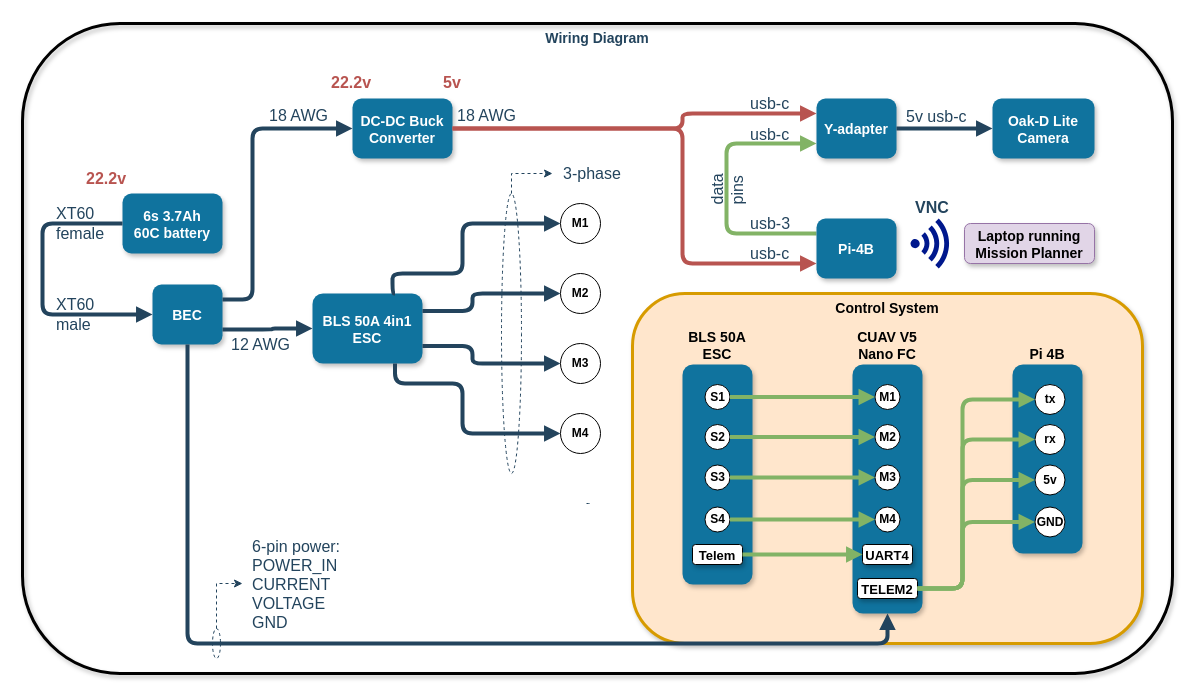
The draw.io diagram electrical-design/wiring-diagram.drawio in MichaelThamm/autonomous-drone, before the edit. Source tidied: cells renumbered, new cells numbered last; positions are measured from the earlier drawing's top-left corner, leaving out a move shared by most shapes. Both pictures are drawn from the tidied source at 100%, with x=0, y=0 at pixel (22, 17).
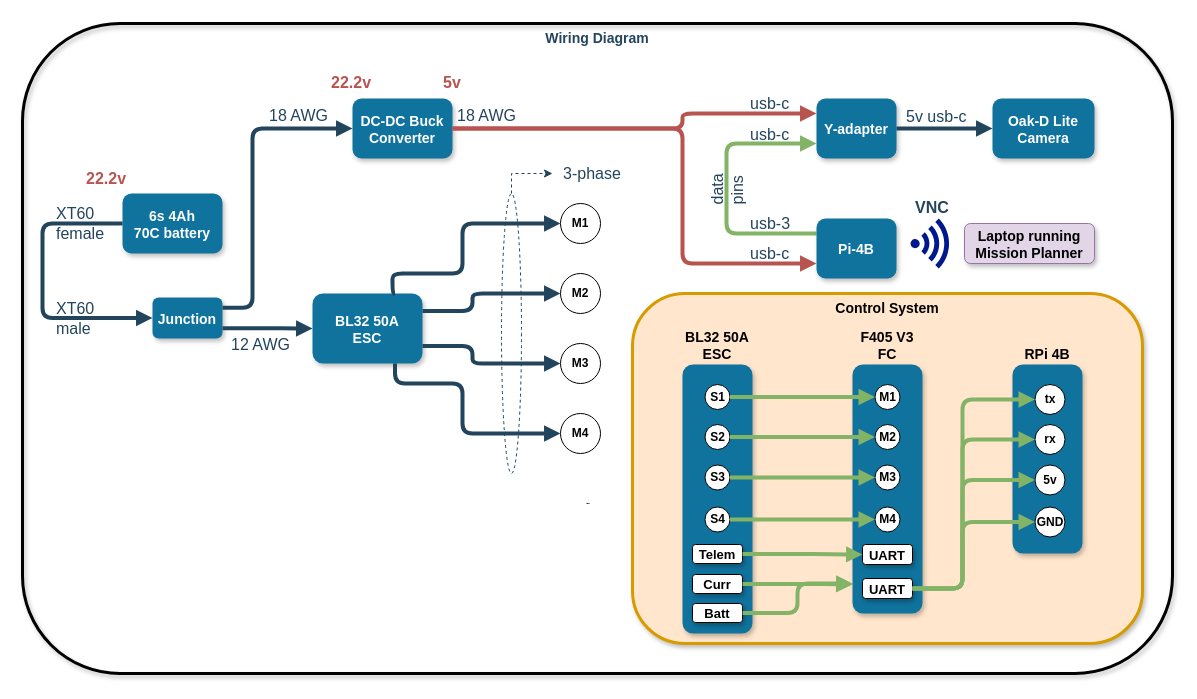
The same page after the edit.

The change refers to these unchanged cells:
```xml
<mxCell id="2" style="group;" parent="1" vertex="1">
  <mxGeometry x="610" y="276" width="510" height="350" as="geometry" />
</mxCell>
```

Diff of the diagram source:
```diff
@@
+    <mxCell id="31" value="Wiring Diagram" style="rounded=1;fillColor=none;strokeColor=default;shadow=1;gradientColor=none;fontStyle=1;fontColor=#23445D;fontSize=14;strokeWidth=3;verticalAlign=top;" parent="1" vertex="1">
+      <mxGeometry y="6" width="1150" height="650" as="geometry" />
+    </mxCell>
@@
-    <mxCell id="4" value="CUAV V5&#10;Nano FC" style="rounded=1;fillColor=#10739E;strokeColor=none;shadow=1;gradientColor=none;fontStyle=1;fontColor=#000000;fontSize=14;verticalAlign=bottom;labelPosition=center;verticalLabelPosition=top;align=center;" parent="2" vertex="1">
+    <mxCell id="4" value="F405 V3&#10;FC" style="rounded=1;fillColor=#10739E;strokeColor=none;shadow=1;gradientColor=none;fontStyle=1;fontColor=#000000;fontSize=14;verticalAlign=bottom;labelPosition=center;verticalLabelPosition=top;align=center;" parent="2" vertex="1">
       <mxGeometry x="220" y="71" width="70" height="249" as="geometry" />
     </mxCell>
@@
-    <mxCell id="9" value="UART4" style="rounded=1;shadow=1;fontStyle=1;fontSize=13;horizontal=1;" parent="2" vertex="1">
+    <mxCell id="9" value="UART" style="rounded=1;shadow=1;fontStyle=1;fontSize=13;horizontal=1;" parent="2" vertex="1">
       <mxGeometry x="230" y="251" width="50" height="20" as="geometry" />
     </mxCell>
-    <mxCell id="10" value="BLS 50A&#10;ESC" style="rounded=1;fillColor=#10739E;strokeColor=none;shadow=1;gradientColor=none;fontStyle=1;fontColor=#000000;fontSize=14;verticalAlign=bottom;labelPosition=center;verticalLabelPosition=top;align=center;" parent="2" vertex="1">
-      <mxGeometry x="50" y="71" width="70" height="220" as="geometry" />
+    <mxCell id="10" value="BL32 50A&#10;ESC" style="rounded=1;fillColor=#10739E;strokeColor=none;shadow=1;gradientColor=none;fontStyle=1;fontColor=#000000;fontSize=14;verticalAlign=bottom;labelPosition=center;verticalLabelPosition=top;align=center;" parent="2" vertex="1">
+      <mxGeometry x="50" y="71" width="70" height="269" as="geometry" />
     </mxCell>
@@
     <mxCell id="15" value="Telem" style="rounded=1;shadow=1;fontStyle=1;fontSize=13;horizontal=1;" parent="2" vertex="1">
-      <mxGeometry x="60" y="251" width="50" height="20" as="geometry" />
+      <mxGeometry x="60" y="251" width="50" height="19" as="geometry" />
     </mxCell>
@@
-    <mxCell id="20" value="Pi 4B" style="rounded=1;fillColor=#10739E;strokeColor=none;shadow=1;gradientColor=none;fontStyle=1;fontColor=#000000;fontSize=14;verticalAlign=bottom;labelPosition=center;verticalLabelPosition=top;align=center;" parent="2" vertex="1">
+    <mxCell id="20" value="RPi 4B" style="rounded=1;fillColor=#10739E;strokeColor=none;shadow=1;gradientColor=none;fontStyle=1;fontColor=#000000;fontSize=14;verticalAlign=bottom;labelPosition=center;verticalLabelPosition=top;align=center;" parent="2" vertex="1">
       <mxGeometry x="380" y="71" width="70" height="189" as="geometry" />
     </mxCell>
@@
-    <mxCell id="26" value="TELEM2" style="rounded=1;shadow=1;fontStyle=1;fontSize=13;horizontal=1;" parent="2" vertex="1">
-      <mxGeometry x="225" y="285" width="60" height="20" as="geometry" />
+    <mxCell id="26" value="UART" style="rounded=1;shadow=1;fontStyle=1;fontSize=13;horizontal=1;" parent="2" vertex="1">
+      <mxGeometry x="230" y="285" width="50" height="20" as="geometry" />
     </mxCell>
@@
-    <mxCell id="31" value="Wiring Diagram" style="rounded=1;fillColor=none;strokeColor=default;shadow=1;gradientColor=none;fontStyle=1;fontColor=#23445D;fontSize=14;strokeWidth=3;verticalAlign=top;" parent="1" vertex="1">
-      <mxGeometry y="6" width="1150" height="650" as="geometry" />
-    </mxCell>
+    <mxCell id="80" value="Curr" style="rounded=1;shadow=1;fontStyle=1;fontSize=13;horizontal=1;" parent="2" vertex="1">
+      <mxGeometry x="60" y="281" width="50" height="19" as="geometry" />
+    </mxCell>
+    <mxCell id="81" value="Batt" style="rounded=1;shadow=1;fontStyle=1;fontSize=13;horizontal=1;" parent="2" vertex="1">
+      <mxGeometry x="60" y="310" width="50" height="19" as="geometry" />
+    </mxCell>
+    <mxCell id="82" style="edgeStyle=elbowEdgeStyle;strokeWidth=4;endArrow=block;endFill=1;fontStyle=1;strokeColor=#82b366;fillColor=#d5e8d4;exitX=1;exitY=0.5;exitDx=0;exitDy=0;" parent="2" edge="1" source="80">
+      <mxGeometry x="-1378" y="-1054.5" as="geometry">
+        <mxPoint x="220" y="291" as="targetPoint" />
+        <Array as="points">
+          <mxPoint x="180" y="280" />
+        </Array>
+      </mxGeometry>
+    </mxCell>
+    <mxCell id="83" style="edgeStyle=elbowEdgeStyle;strokeWidth=4;endArrow=block;endFill=1;fontStyle=1;strokeColor=#82b366;fillColor=#d5e8d4;exitX=1;exitY=0.5;exitDx=0;exitDy=0;" parent="2" edge="1" source="81">
+      <mxGeometry x="-2068" y="-1484.5" as="geometry">
+        <mxPoint x="220" y="290" as="targetPoint" />
+      </mxGeometry>
+    </mxCell>
@@
-    <mxCell id="39" value="BEC" style="rounded=1;fillColor=#10739E;strokeColor=none;shadow=1;gradientColor=none;fontStyle=1;fontColor=#FFFFFF;fontSize=14;" parent="1" vertex="1">
-      <mxGeometry x="130" y="267" width="70" height="60" as="geometry" />
+    <mxCell id="39" value="Junction" style="rounded=1;fillColor=#10739E;strokeColor=none;shadow=1;gradientColor=none;fontStyle=1;fontColor=#FFFFFF;fontSize=14;" parent="1" vertex="1">
+      <mxGeometry x="130" y="280" width="70" height="41" as="geometry" />
     </mxCell>
@@
-    <mxCell id="46" value="6s 3.7Ah&#10;60C battery" style="rounded=1;fillColor=#10739E;strokeColor=none;shadow=1;gradientColor=none;fontStyle=1;fontColor=#FFFFFF;fontSize=14;" parent="1" vertex="1">
+    <mxCell id="46" value="6s 4Ah&#10;70C battery" style="rounded=1;fillColor=#10739E;strokeColor=none;shadow=1;gradientColor=none;fontStyle=1;fontColor=#FFFFFF;fontSize=14;" parent="1" vertex="1">
       <mxGeometry x="100" y="176" width="100" height="60" as="geometry" />
     </mxCell>
@@
     <mxCell id="48" value="&lt;font style=&quot;font-size: 16px;&quot;&gt;XT60&lt;br&gt;male&lt;br&gt;&lt;/font&gt;" style="edgeLabel;html=1;align=left;verticalAlign=middle;labelBackgroundColor=none;fontColor=#23445D;" parent="1" vertex="1">
-      <mxGeometry x="10" y="232" as="geometry">
+      <mxGeometry x="10" y="236" as="geometry">
         <mxPoint x="22" y="64" as="offset" />
       </mxGeometry>
     </mxCell>
-    <mxCell id="49" style="edgeStyle=elbowEdgeStyle;strokeWidth=4;endArrow=block;endFill=1;fontStyle=1;strokeColor=#23445D;exitX=0.5;exitY=1;exitDx=0;exitDy=0;entryX=0.5;entryY=1;entryDx=0;entryDy=0;" parent="1" edge="1" source="39" target="4">
-      <mxGeometry x="32" y="135.5" as="geometry">
-        <Array as="points">
-          <mxPoint x="165" y="626" />
-        </Array>
-      </mxGeometry>
-    </mxCell>
-    <mxCell id="50" style="edgeStyle=elbowEdgeStyle;rounded=0;jettySize=auto;html=1;exitX=0.5;exitY=0;exitDx=0;exitDy=0;dashed=1;strokeColor=#23445D;fontColor=#23445D;" parent="1" edge="1" source="51">
-      <mxGeometry relative="1" as="geometry">
-        <mxPoint x="220" y="566" as="targetPoint" />
-        <Array as="points">
-          <mxPoint x="194" y="596" />
-        </Array>
-      </mxGeometry>
-    </mxCell>
-    <mxCell id="51" style="ellipse;whiteSpace=wrap;html=1;strokeColor=#23445D;fillColor=none;dashed=1;fontColor=#23445D;" parent="1" vertex="1">
-      <mxGeometry x="190" y="611" width="8" height="30" as="geometry" />
-    </mxCell>
-    <mxCell id="52" value="&lt;font style=&quot;font-size: 16px;&quot;&gt;6-pin power:&lt;br&gt;POWER_IN&lt;br&gt;CURRENT&lt;br&gt;VOLTAGE&lt;br&gt;GND&lt;br&gt;&lt;/font&gt;" style="edgeLabel;html=1;align=left;verticalAlign=middle;labelBackgroundColor=none;fontColor=#23445D;" parent="1" vertex="1">
-      <mxGeometry x="206" y="502" as="geometry">
-        <mxPoint x="22" y="64" as="offset" />
-      </mxGeometry>
-    </mxCell>
@@
-    <mxCell id="55" value="BLS 50A 4in1&#10;ESC" style="rounded=1;fillColor=#10739E;strokeColor=none;shadow=1;gradientColor=none;fontStyle=1;fontColor=#FFFFFF;fontSize=14;" parent="1" vertex="1">
+    <mxCell id="55" value="BL32 50A&#10;ESC" style="rounded=1;fillColor=#10739E;strokeColor=none;shadow=1;gradientColor=none;fontStyle=1;fontColor=#FFFFFF;fontSize=14;" parent="1" vertex="1">
       <mxGeometry x="290" y="276" width="110" height="70" as="geometry" />
     </mxCell>
```
